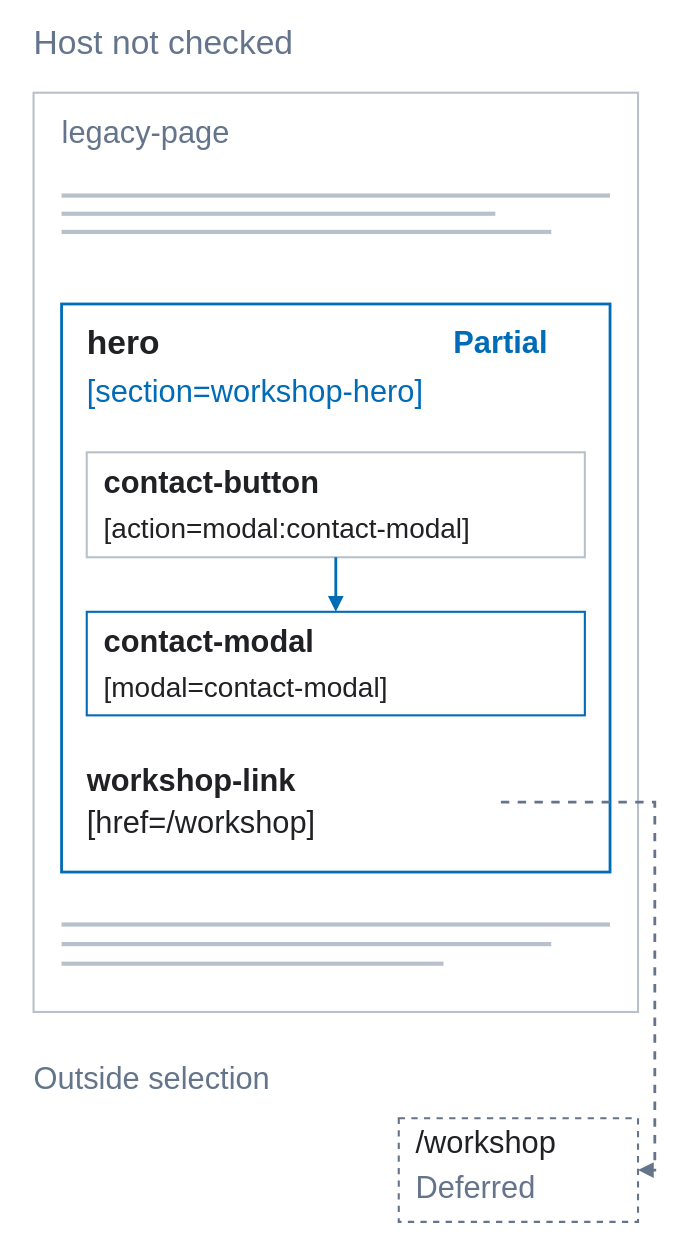
Above: assets/tutorial/diagrams/scope-en.svg in Poliklot/dfc-bridge (draw.io), before the change. Source tidied: cells renumbered, new cells last; positions are measured from the earlier drawing's top-left corner, leaving out a move shared by most shapes.
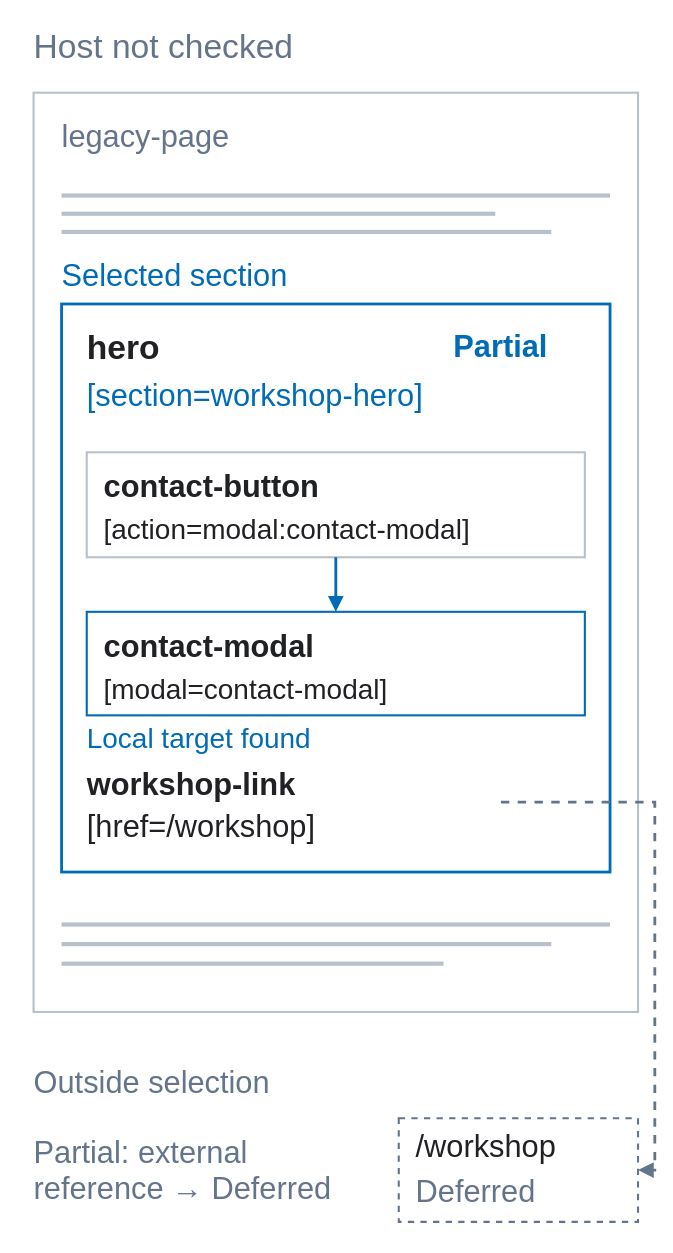
After the commit.

Change to the diagram source:
```diff
@@ -5,13 +5,13 @@
     <mxCell id="2" style="rounded=0;arcSize=5;fillColor=#FFFFFF;strokeColor=none;strokeWidth=1.5;dashed=0;" parent="1" vertex="1">
       <mxGeometry width="480" height="894" as="geometry" />
     </mxCell>
-    <mxCell id="3" value="Host not checked" style="shape=text;whiteSpace=wrap;html=0;fillColor=none;strokeColor=none;fontFamily=Arial;fontSize=24;fontColor=#64748B;fontStyle=0;align=left;verticalAlign=middle;spacing=0;overflow=visible;" parent="1" vertex="1">
+    <mxCell id="3" value="Host not checked" style="shape=text;whiteSpace=nowrap;html=0;fillColor=none;strokeColor=none;fontFamily=Arial;fontSize=24;fontColor=#64748B;fontStyle=0;align=left;verticalAlign=middle;spacing=0;overflow=visible;" parent="1" vertex="1">
       <mxGeometry x="24" y="12" width="432" height="36" as="geometry" />
     </mxCell>
     <mxCell id="4" style="rounded=0;arcSize=5;fillColor=#FFFFFF;strokeColor=#B8C1CB;strokeWidth=1.5;dashed=0;" parent="1" vertex="1">
       <mxGeometry x="24" y="66" width="432" height="657" as="geometry" />
     </mxCell>
-    <mxCell id="5" value="legacy-page" style="shape=text;whiteSpace=wrap;html=0;fillColor=none;strokeColor=none;fontFamily=Arial;fontSize=22;fontColor=#64748B;fontStyle=0;align=left;verticalAlign=middle;spacing=0;overflow=visible;" parent="4" vertex="1">
+    <mxCell id="5" value="legacy-page" style="shape=text;whiteSpace=nowrap;html=0;fillColor=none;strokeColor=none;fontFamily=Arial;fontSize=22;fontColor=#64748B;fontStyle=0;align=left;verticalAlign=middle;spacing=0;overflow=visible;" parent="4" vertex="1">
       <mxGeometry x="20" y="13" width="392" height="32" as="geometry" />
     </mxCell>
     <mxCell id="6" style="rounded=0;arcSize=5;fillColor=#B8C1CB;strokeColor=none;strokeWidth=1.5;dashed=0;" parent="4" vertex="1">
@@ -26,73 +26,82 @@
     <mxCell id="9" style="rounded=0;arcSize=5;fillColor=#FFFFFF;strokeColor=#006BB6;strokeWidth=2;dashed=0;" parent="4" vertex="1">
       <mxGeometry x="20" y="151" width="392" height="406" as="geometry" />
     </mxCell>
-    <mxCell id="10" value="hero" style="shape=text;whiteSpace=wrap;html=0;fillColor=none;strokeColor=none;fontFamily=Arial;fontSize=24;fontColor=#202124;fontStyle=1;align=left;verticalAlign=middle;spacing=0;overflow=visible;" parent="9" vertex="1">
+    <mxCell id="10" value="hero" style="shape=text;whiteSpace=nowrap;html=0;fillColor=none;strokeColor=none;fontFamily=Arial;fontSize=24;fontColor=#202124;fontStyle=1;align=left;verticalAlign=middle;spacing=0;overflow=visible;" parent="9" vertex="1">
       <mxGeometry x="18" y="13" width="240" height="30" as="geometry" />
     </mxCell>
-    <mxCell id="11" value="Partial" style="shape=text;whiteSpace=wrap;html=0;fillColor=none;strokeColor=none;fontFamily=Arial;fontSize=22;fontColor=#006BB6;fontStyle=1;align=left;verticalAlign=middle;spacing=0;overflow=visible;" parent="9" vertex="1">
+    <mxCell id="11" value="Partial" style="shape=text;whiteSpace=nowrap;html=0;fillColor=none;strokeColor=none;fontFamily=Arial;fontSize=22;fontColor=#006BB6;fontStyle=1;align=left;verticalAlign=middle;spacing=0;overflow=visible;" parent="9" vertex="1">
       <mxGeometry x="280" y="13" width="94" height="30" as="geometry" />
     </mxCell>
-    <mxCell id="12" value="[section=workshop-hero]" style="shape=text;whiteSpace=wrap;html=0;fillColor=none;strokeColor=none;fontFamily=Arial;fontSize=22;fontColor=#006BB6;fontStyle=0;align=left;verticalAlign=middle;spacing=0;overflow=visible;" parent="9" vertex="1">
-      <mxGeometry x="18" y="47" width="356" height="32" as="geometry" />
-    </mxCell>
-    <mxCell id="13" style="rounded=0;arcSize=5;fillColor=#FFFFFF;strokeColor=#B8C1CB;strokeWidth=1.5;dashed=0;" parent="9" vertex="1">
-      <mxGeometry x="18" y="106" width="356" height="75" as="geometry" />
+    <mxCell id="13" value="[section=workshop-hero]" style="shape=text;whiteSpace=nowrap;html=0;fillColor=none;strokeColor=none;fontFamily=Arial;fontSize=22;fontColor=#006BB6;fontStyle=0;align=left;verticalAlign=middle;spacing=0;overflow=visible;" parent="9" vertex="1">
+      <mxGeometry x="18" y="47" width="356" height="32" as="geometry" />
     </mxCell>
-    <mxCell id="14" value="contact-button" style="shape=text;whiteSpace=wrap;html=0;fillColor=none;strokeColor=none;fontFamily=Arial;fontSize=22;fontColor=#202124;fontStyle=1;align=left;verticalAlign=middle;spacing=0;overflow=visible;" parent="13" vertex="1">
-      <mxGeometry x="12" y="7" width="332" height="30" as="geometry" />
+    <mxCell id="14" style="rounded=0;arcSize=5;fillColor=#FFFFFF;strokeColor=#B8C1CB;strokeWidth=1.5;dashed=0;" parent="9" vertex="1">
+      <mxGeometry x="18" y="106" width="356" height="75" as="geometry" />
     </mxCell>
-    <mxCell id="15" value="[action=modal:contact-modal]" style="shape=text;whiteSpace=wrap;html=0;fillColor=none;strokeColor=none;fontFamily=Arial;fontSize=20;fontColor=#202124;fontStyle=0;align=left;verticalAlign=middle;spacing=0;overflow=visible;" parent="13" vertex="1">
-      <mxGeometry x="12" y="38" width="332" height="30" as="geometry" />
+    <mxCell id="15" value="contact-button" style="shape=text;whiteSpace=nowrap;html=0;fillColor=none;strokeColor=none;fontFamily=Arial;fontSize=22;fontColor=#202124;fontStyle=1;align=left;verticalAlign=middle;spacing=0;overflow=visible;" parent="14" vertex="1">
+      <mxGeometry x="12" y="7" width="332" height="30" as="geometry" />
     </mxCell>
-    <mxCell id="16" style="rounded=0;arcSize=5;fillColor=#FFFFFF;strokeColor=#006BB6;strokeWidth=1.5;dashed=0;" parent="9" vertex="1">
-      <mxGeometry x="18" y="220" width="356" height="74" as="geometry" />
+    <mxCell id="16" value="[action=modal:contact-modal]" style="shape=text;whiteSpace=nowrap;html=0;fillColor=none;strokeColor=none;fontFamily=Arial;fontSize=20;fontColor=#202124;fontStyle=0;align=left;verticalAlign=middle;spacing=0;overflow=visible;" parent="14" vertex="1">
+      <mxGeometry x="12" y="38" width="332" height="30" as="geometry" />
     </mxCell>
-    <mxCell id="17" value="contact-modal" style="shape=text;whiteSpace=wrap;html=0;fillColor=none;strokeColor=none;fontFamily=Arial;fontSize=22;fontColor=#202124;fontStyle=1;align=left;verticalAlign=middle;spacing=0;overflow=visible;" parent="16" vertex="1">
-      <mxGeometry x="12" y="7" width="332" height="30" as="geometry" />
+    <mxCell id="17" style="rounded=0;arcSize=5;fillColor=#FFFFFF;strokeColor=#006BB6;strokeWidth=1.5;dashed=0;" parent="9" vertex="1">
+      <mxGeometry x="18" y="220" width="356" height="74" as="geometry" />
     </mxCell>
-    <mxCell id="18" value="[modal=contact-modal]" style="shape=text;whiteSpace=wrap;html=0;fillColor=none;strokeColor=none;fontFamily=Arial;fontSize=20;fontColor=#202124;fontStyle=0;align=left;verticalAlign=middle;spacing=0;overflow=visible;" parent="16" vertex="1">
-      <mxGeometry x="12" y="38" width="332" height="30" as="geometry" />
+    <mxCell id="18" value="contact-modal" style="shape=text;whiteSpace=nowrap;html=0;fillColor=none;strokeColor=none;fontFamily=Arial;fontSize=22;fontColor=#202124;fontStyle=1;align=left;verticalAlign=middle;spacing=0;overflow=visible;" parent="17" vertex="1">
+      <mxGeometry x="12" y="7" width="332" height="30" as="geometry" />
     </mxCell>
-    <mxCell id="19" style="edgeStyle=orthogonalEdgeStyle;rounded=0;endArrow=block;endFill=1;strokeColor=#006BB6;strokeWidth=2;dashed=0;" parent="9" edge="1" source="13" target="16">
-      <mxGeometry relative="1" as="geometry" />
+    <mxCell id="19" value="[modal=contact-modal]" style="shape=text;whiteSpace=nowrap;html=0;fillColor=none;strokeColor=none;fontFamily=Arial;fontSize=20;fontColor=#202124;fontStyle=0;align=left;verticalAlign=middle;spacing=0;overflow=visible;" parent="17" vertex="1">
+      <mxGeometry x="12" y="38" width="332" height="30" as="geometry" />
     </mxCell>
-    <mxCell id="20" style="rounded=0;arcSize=5;fillColor=#FFFFFF;strokeColor=none;strokeWidth=1.5;dashed=0;" parent="9" vertex="1">
-      <mxGeometry x="18" y="326" width="296" height="60" as="geometry" />
+    <mxCell id="20" style="edgeStyle=orthogonalEdgeStyle;rounded=0;endArrow=block;endFill=1;strokeColor=#006BB6;strokeWidth=2;dashed=0;" parent="9" edge="1" source="14" target="17">
+      <mxGeometry relative="1" as="geometry" />
     </mxCell>
-    <mxCell id="21" value="workshop-link" style="shape=text;whiteSpace=wrap;html=0;fillColor=none;strokeColor=none;fontFamily=Arial;fontSize=22;fontColor=#202124;fontStyle=1;align=left;verticalAlign=middle;spacing=0;overflow=visible;" parent="20" vertex="1">
-      <mxGeometry width="296" height="30" as="geometry" />
+    <mxCell id="21" value="Local target found" style="shape=text;whiteSpace=nowrap;html=0;fillColor=none;strokeColor=none;fontFamily=Arial;fontSize=20;fontColor=#006BB6;fontStyle=0;align=left;verticalAlign=middle;spacing=0;overflow=visible;" parent="9" vertex="1">
+      <mxGeometry x="18" y="294" width="356" height="28" as="geometry" />
     </mxCell>
-    <mxCell id="22" value="[href=/workshop]" style="shape=text;whiteSpace=wrap;html=0;fillColor=none;strokeColor=none;fontFamily=Arial;fontSize=22;fontColor=#202124;fontStyle=0;align=left;verticalAlign=middle;spacing=0;overflow=visible;" parent="20" vertex="1">
-      <mxGeometry y="30" width="296" height="30" as="geometry" />
+    <mxCell id="22" style="rounded=0;arcSize=5;fillColor=#FFFFFF;strokeColor=none;strokeWidth=1.5;dashed=0;" parent="9" vertex="1">
+      <mxGeometry x="18" y="326" width="296" height="60" as="geometry" />
     </mxCell>
-    <mxCell id="23" style="rounded=0;arcSize=5;fillColor=#B8C1CB;strokeColor=none;strokeWidth=1.5;dashed=0;" parent="4" vertex="1">
-      <mxGeometry x="20" y="593" width="392" height="3" as="geometry" />
+    <mxCell id="23" value="workshop-link" style="shape=text;whiteSpace=nowrap;html=0;fillColor=none;strokeColor=none;fontFamily=Arial;fontSize=22;fontColor=#202124;fontStyle=1;align=left;verticalAlign=middle;spacing=0;overflow=visible;" parent="22" vertex="1">
+      <mxGeometry width="296" height="30" as="geometry" />
     </mxCell>
-    <mxCell id="24" style="rounded=0;arcSize=5;fillColor=#B8C1CB;strokeColor=none;strokeWidth=1.5;dashed=0;" parent="4" vertex="1">
-      <mxGeometry x="20" y="607" width="350" height="3" as="geometry" />
+    <mxCell id="24" value="[href=/workshop]" style="shape=text;whiteSpace=nowrap;html=0;fillColor=none;strokeColor=none;fontFamily=Arial;fontSize=22;fontColor=#202124;fontStyle=0;align=left;verticalAlign=middle;spacing=0;overflow=visible;" parent="22" vertex="1">
+      <mxGeometry y="30" width="296" height="30" as="geometry" />
     </mxCell>
+    <mxCell id="12" value="Selected section" style="shape=text;whiteSpace=nowrap;html=0;fillColor=none;strokeColor=none;fontFamily=Arial;fontSize=22;fontColor=#006BB6;fontStyle=0;align=left;verticalAlign=middle;spacing=0;overflow=visible;" parent="4" vertex="1">
+      <mxGeometry x="20" y="112" width="392" height="32" as="geometry" />
+    </mxCell>
     <mxCell id="25" style="rounded=0;arcSize=5;fillColor=#B8C1CB;strokeColor=none;strokeWidth=1.5;dashed=0;" parent="4" vertex="1">
-      <mxGeometry x="20" y="621" width="273" height="3" as="geometry" />
+      <mxGeometry x="20" y="593" width="392" height="3" as="geometry" />
     </mxCell>
-    <mxCell id="26" value="Outside selection" style="shape=text;whiteSpace=wrap;html=0;fillColor=none;strokeColor=none;fontFamily=Arial;fontSize=22;fontColor=#64748B;fontStyle=0;align=left;verticalAlign=middle;spacing=0;overflow=visible;" parent="1" vertex="1">
-      <mxGeometry x="24" y="754" width="260" height="34" as="geometry" />
+    <mxCell id="26" style="rounded=0;arcSize=5;fillColor=#B8C1CB;strokeColor=none;strokeWidth=1.5;dashed=0;" parent="4" vertex="1">
+      <mxGeometry x="20" y="607" width="350" height="3" as="geometry" />
     </mxCell>
-    <mxCell id="27" style="rounded=0;arcSize=5;fillColor=#FFFFFF;strokeColor=#64748B;strokeWidth=1.5;dashed=1;" parent="1" vertex="1">
-      <mxGeometry x="285" y="799" width="171" height="74" as="geometry" />
+    <mxCell id="27" style="rounded=0;arcSize=5;fillColor=#B8C1CB;strokeColor=none;strokeWidth=1.5;dashed=0;" parent="4" vertex="1">
+      <mxGeometry x="20" y="621" width="273" height="3" as="geometry" />
     </mxCell>
-    <mxCell id="28" value="/workshop" style="shape=text;whiteSpace=wrap;html=0;fillColor=none;strokeColor=none;fontFamily=Arial;fontSize=22;fontColor=#202124;fontStyle=0;align=left;verticalAlign=middle;spacing=0;overflow=visible;" parent="27" vertex="1">
-      <mxGeometry x="12" y="3" width="147" height="30" as="geometry" />
+    <mxCell id="28" value="Outside selection" style="shape=text;whiteSpace=nowrap;html=0;fillColor=none;strokeColor=none;fontFamily=Arial;fontSize=22;fontColor=#64748B;fontStyle=0;align=left;verticalAlign=middle;spacing=0;overflow=visible;" parent="1" vertex="1">
+      <mxGeometry x="24" y="754" width="260" height="34" as="geometry" />
     </mxCell>
-    <mxCell id="29" value="Deferred" style="shape=text;whiteSpace=wrap;html=0;fillColor=none;strokeColor=none;fontFamily=Arial;fontSize=22;fontColor=#64748B;fontStyle=0;align=left;verticalAlign=middle;spacing=0;overflow=visible;" parent="27" vertex="1">
-      <mxGeometry x="12" y="35" width="147" height="30" as="geometry" />
+    <mxCell id="29" value="Partial: external&#10;reference → Deferred" style="shape=text;whiteSpace=nowrap;html=0;fillColor=none;strokeColor=none;fontFamily=Arial;fontSize=22;fontColor=#64748B;fontStyle=0;align=left;verticalAlign=middle;spacing=0;overflow=visible;" parent="1" vertex="1">
+      <mxGeometry x="24" y="800" width="250" height="68" as="geometry" />
     </mxCell>
-    <mxCell id="30" style="edgeStyle=orthogonalEdgeStyle;rounded=0;endArrow=block;endFill=1;strokeColor=#64748B;strokeWidth=2;dashed=1;exitX=1;exitY=0.5;entryX=1;entryY=0.5;" parent="1" edge="1" source="20" target="27">
-      <mxGeometry relative="1" as="geometry">
-        <Array as="points">
-          <mxPoint x="468" y="573" />
-          <mxPoint x="468" y="836" />
-        </Array>
-      </mxGeometry>
+    <mxCell id="30" style="rounded=0;arcSize=5;fillColor=#FFFFFF;strokeColor=#64748B;strokeWidth=1.5;dashed=1;" parent="1" vertex="1">
+      <mxGeometry x="285" y="799" width="171" height="74" as="geometry" />
     </mxCell>
+    <mxCell id="31" value="/workshop" style="shape=text;whiteSpace=nowrap;html=0;fillColor=none;strokeColor=none;fontFamily=Arial;fontSize=22;fontColor=#202124;fontStyle=0;align=left;verticalAlign=middle;spacing=0;overflow=visible;" parent="30" vertex="1">
+      <mxGeometry x="12" y="3" width="147" height="30" as="geometry" />
+    </mxCell>
+    <mxCell id="32" value="Deferred" style="shape=text;whiteSpace=nowrap;html=0;fillColor=none;strokeColor=none;fontFamily=Arial;fontSize=22;fontColor=#64748B;fontStyle=0;align=left;verticalAlign=middle;spacing=0;overflow=visible;" parent="30" vertex="1">
+      <mxGeometry x="12" y="35" width="147" height="30" as="geometry" />
+    </mxCell>
+    <mxCell id="33" style="edgeStyle=orthogonalEdgeStyle;rounded=0;endArrow=block;endFill=1;strokeColor=#64748B;strokeWidth=2;dashed=1;exitX=1;exitY=0.5;entryX=1;entryY=0.5;" parent="1" edge="1" source="22" target="30">
+      <mxGeometry relative="1" as="geometry">
+        <Array as="points">
+          <mxPoint x="468" y="573" />
+          <mxPoint x="468" y="836" />
+        </Array>
+      </mxGeometry>
+    </mxCell>
   </root>
 </mxGraphModel>
```
